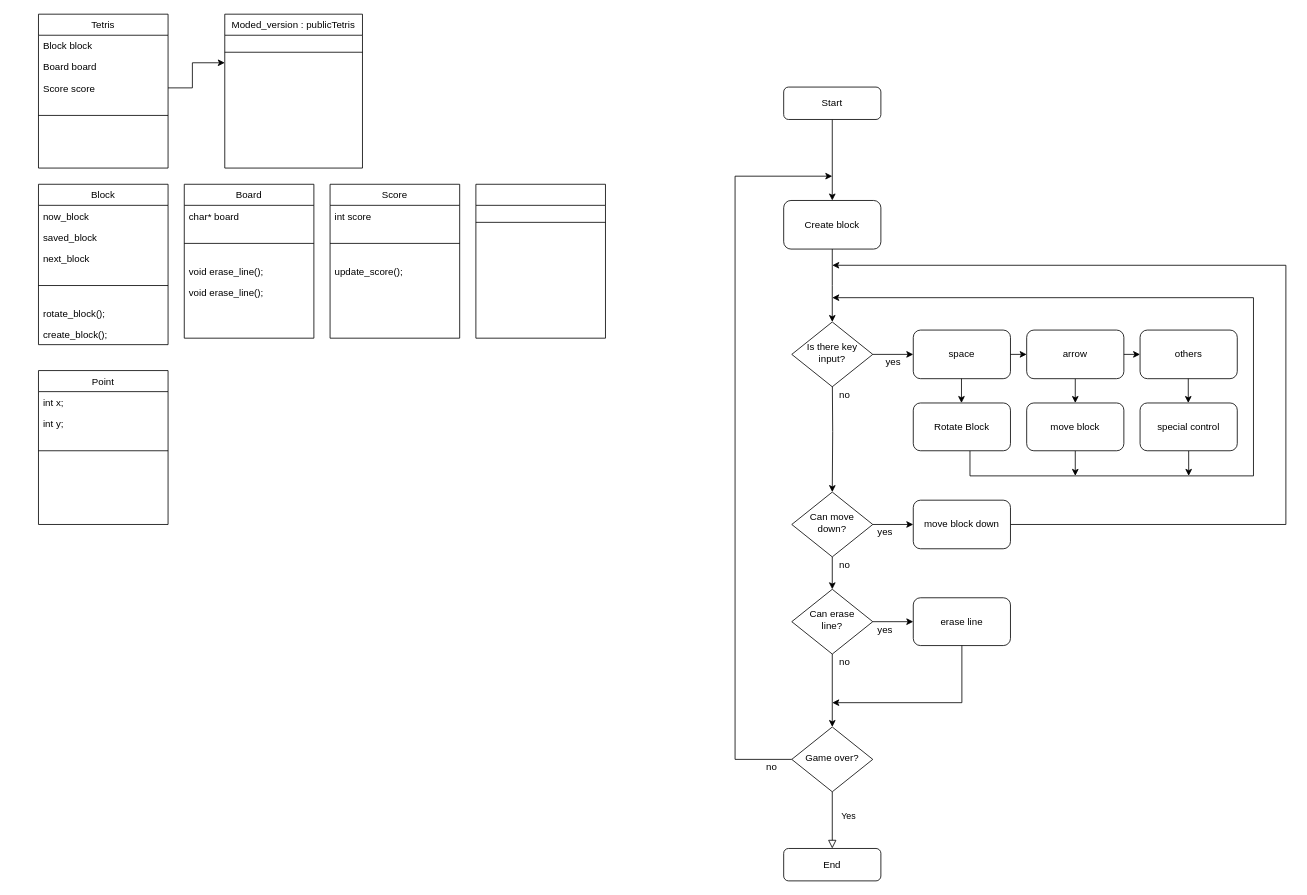
The draw.io diagram Untitled Diagram.drawio in jukdang/C-Programming-and-Practice_063_2101, before the edit. Source tidied: cells renumbered, new cells numbered last; positions are measured from the earlier drawing's top-left corner, leaving out a move shared by most shapes. Both pictures are drawn from the tidied source at 81%, with x=0, y=0 at pixel (38, 14).
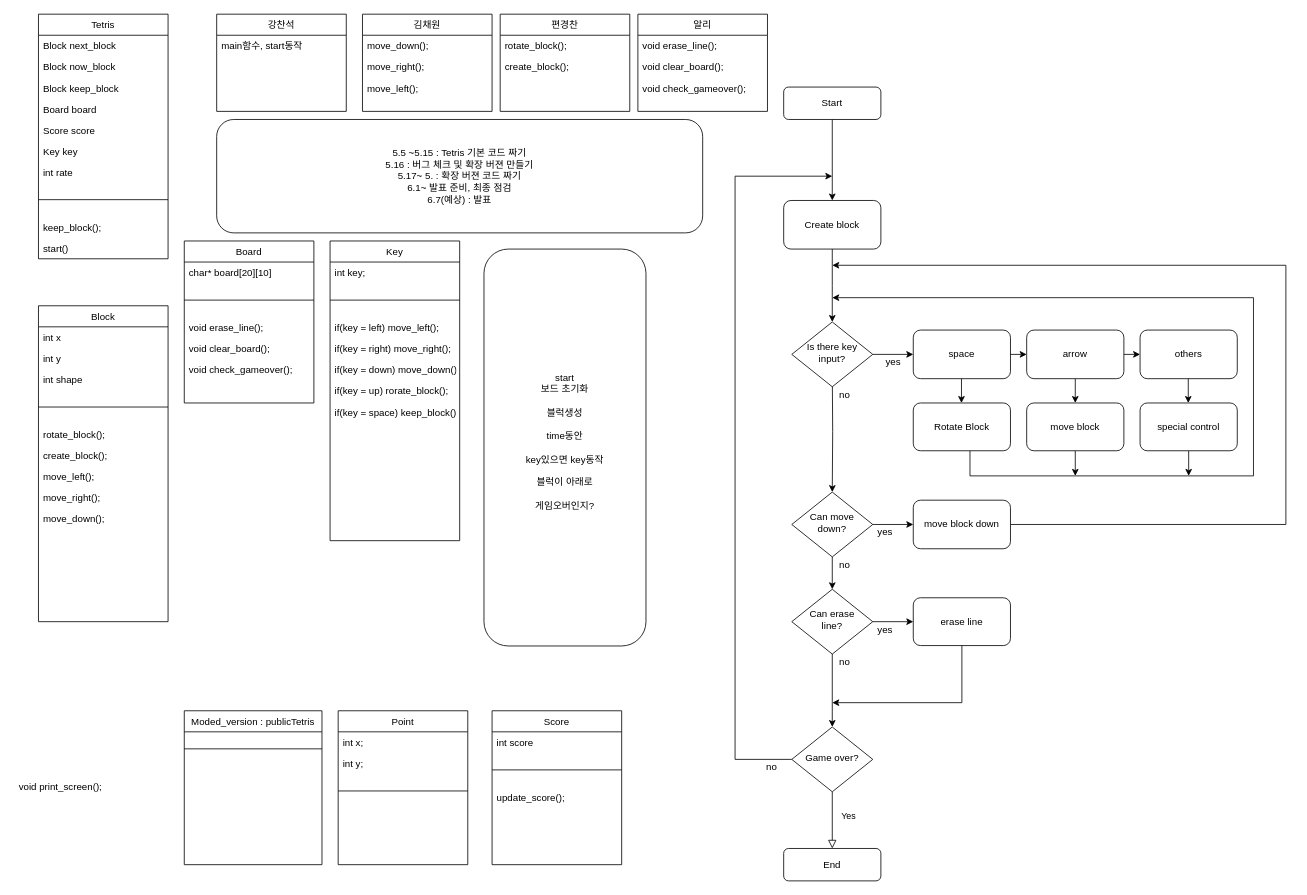
The same page after the edit.

What changed in the source:
```diff
@@
     <mxCell id="44" value="Tetris" style="swimlane;fontStyle=0;align=center;verticalAlign=top;horizontal=1;startSize=26;rounded=0;shadow=0;strokeWidth=1;" parent="1" vertex="1">
-      <mxGeometry width="160" height="190" as="geometry" />
+      <mxGeometry width="160" height="302" as="geometry" />
     </mxCell>
-    <mxCell id="45" value="Block block" style="text;align=left;verticalAlign=top;spacingLeft=4;spacingRight=4;overflow=hidden;" parent="44" vertex="1">
+    <mxCell id="45" value="Block next_block" style="text;align=left;verticalAlign=top;spacingLeft=4;spacingRight=4;overflow=hidden;" parent="44" vertex="1">
       <mxGeometry y="26" width="160" height="26" as="geometry" />
     </mxCell>
+    <mxCell id="74" value="Block now_block" style="text;align=left;verticalAlign=top;spacingLeft=4;spacingRight=4;overflow=hidden;" parent="44" vertex="1">
+      <mxGeometry y="52" width="160" height="26" as="geometry" />
+    </mxCell>
+    <mxCell id="75" value="Block keep_block" style="text;align=left;verticalAlign=top;spacingLeft=4;spacingRight=4;overflow=hidden;" parent="44" vertex="1">
+      <mxGeometry y="78" width="160" height="26" as="geometry" />
+    </mxCell>
     <mxCell id="46" value="Board board&#10;" style="text;align=left;verticalAlign=top;spacingLeft=4;spacingRight=4;overflow=hidden;rounded=0;shadow=0;html=0;" parent="44" vertex="1">
-      <mxGeometry y="52" width="160" height="26" as="geometry" />
+      <mxGeometry y="104" width="160" height="26" as="geometry" />
     </mxCell>
     <mxCell id="47" value="Score score" style="text;align=left;verticalAlign=top;spacingLeft=4;spacingRight=4;overflow=hidden;points=[[0,0.5],[1,0.5]];portConstraint=eastwest;rounded=0;shadow=0;html=0;" parent="44" vertex="1">
-      <mxGeometry y="78" width="160" height="26" as="geometry" />
+      <mxGeometry y="130" width="160" height="26" as="geometry" />
     </mxCell>
+    <mxCell id="76" value="Key key" style="text;align=left;verticalAlign=top;spacingLeft=4;spacingRight=4;overflow=hidden;rounded=0;shadow=0;html=0;" parent="44" vertex="1">
+      <mxGeometry y="156" width="160" height="26" as="geometry" />
+    </mxCell>
+    <mxCell id="77" value="int rate" style="text;align=left;verticalAlign=top;spacingLeft=4;spacingRight=4;overflow=hidden;rounded=0;shadow=0;html=0;" parent="44" vertex="1">
+      <mxGeometry y="182" width="160" height="26" as="geometry" />
+    </mxCell>
     <mxCell id="48" style="line;html=1;strokeWidth=1;align=left;verticalAlign=middle;spacingTop=-1;spacingLeft=3;spacingRight=3;labelPosition=right;" parent="44" vertex="1">
-      <mxGeometry y="104" width="160" height="42" as="geometry" />
+      <mxGeometry y="208" width="160" height="42" as="geometry" />
     </mxCell>
+    <mxCell id="78" value="keep_block();" style="text;align=left;verticalAlign=top;spacingLeft=4;spacingRight=4;overflow=hidden;rounded=0;shadow=0;html=0;strokeColor=none;" parent="44" vertex="1">
+      <mxGeometry y="250" width="160" height="26" as="geometry" />
+    </mxCell>
+    <mxCell id="79" value="start()" style="text;align=left;verticalAlign=top;spacingLeft=4;spacingRight=4;overflow=hidden;rounded=0;shadow=0;html=0;" parent="44" vertex="1">
+      <mxGeometry y="276" width="160" height="26" as="geometry" />
+    </mxCell>
     <mxCell id="49" value="Board" style="swimlane;fontStyle=0;align=center;verticalAlign=top;horizontal=1;startSize=26;rounded=0;shadow=0;strokeWidth=1;" parent="1" vertex="1">
-      <mxGeometry x="180" y="210" width="160" height="190" as="geometry" />
+      <mxGeometry x="180" y="280" width="160" height="200" as="geometry" />
     </mxCell>
-    <mxCell id="50" value="char* board" style="text;align=left;verticalAlign=top;spacingLeft=4;spacingRight=4;overflow=hidden;" parent="49" vertex="1">
+    <mxCell id="50" value="char* board[20][10]" style="text;align=left;verticalAlign=top;spacingLeft=4;spacingRight=4;overflow=hidden;" parent="49" vertex="1">
       <mxGeometry y="26" width="160" height="26" as="geometry" />
     </mxCell>
@@
-    <mxCell id="53" value="void erase_line();" style="text;align=left;verticalAlign=top;spacingLeft=4;spacingRight=4;overflow=hidden;rounded=0;shadow=0;html=0;" parent="49" vertex="1">
+    <mxCell id="53" value="void clear_board();" style="text;align=left;verticalAlign=top;spacingLeft=4;spacingRight=4;overflow=hidden;rounded=0;shadow=0;html=0;" parent="49" vertex="1">
       <mxGeometry y="120" width="160" height="26" as="geometry" />
     </mxCell>
+    <mxCell id="80" value="void check_gameover();" style="text;align=left;verticalAlign=top;spacingLeft=4;spacingRight=4;overflow=hidden;rounded=0;shadow=0;html=0;" parent="49" vertex="1">
+      <mxGeometry y="146" width="160" height="26" as="geometry" />
+    </mxCell>
     <mxCell id="54" value="Block" style="swimlane;fontStyle=0;align=center;verticalAlign=top;horizontal=1;startSize=26;rounded=0;shadow=0;strokeWidth=1;" parent="1" vertex="1">
-      <mxGeometry y="210" width="160" height="198" as="geometry" />
+      <mxGeometry y="360" width="160" height="390" as="geometry" />
     </mxCell>
-    <mxCell id="55" value="now_block" style="text;align=left;verticalAlign=top;spacingLeft=4;spacingRight=4;overflow=hidden;" parent="54" vertex="1">
+    <mxCell id="55" value="int x" style="text;align=left;verticalAlign=top;spacingLeft=4;spacingRight=4;overflow=hidden;" parent="54" vertex="1">
       <mxGeometry y="26" width="160" height="26" as="geometry" />
     </mxCell>
-    <mxCell id="56" value="saved_block" style="text;align=left;verticalAlign=top;spacingLeft=4;spacingRight=4;overflow=hidden;" parent="54" vertex="1">
-      <mxGeometry y="52" width="160" height="26" as="geometry" />
-    </mxCell>
-    <mxCell id="57" value="next_block" style="text;align=left;verticalAlign=top;spacingLeft=4;spacingRight=4;overflow=hidden;" parent="54" vertex="1">
-      <mxGeometry y="78" width="160" height="26" as="geometry" />
-    </mxCell>
+    <mxCell id="81" value="int y" style="text;align=left;verticalAlign=top;spacingLeft=4;spacingRight=4;overflow=hidden;" parent="54" vertex="1">
+      <mxGeometry y="52" width="160" height="26" as="geometry" />
+    </mxCell>
+    <mxCell id="82" value="int shape" style="text;align=left;verticalAlign=top;spacingLeft=4;spacingRight=4;overflow=hidden;" parent="54" vertex="1">
+      <mxGeometry y="78" width="160" height="26" as="geometry" />
+    </mxCell>
@@
-    <mxCell id="60" value="create_block();" style="text;align=left;verticalAlign=top;spacingLeft=4;spacingRight=4;overflow=hidden;rounded=0;shadow=0;html=0;" parent="54" vertex="1">
+    <mxCell id="60" value="create_block();" style="text;align=left;verticalAlign=top;spacingLeft=4;spacingRight=4;overflow=hidden;rounded=0;shadow=0;html=0;strokeColor=none;" parent="54" vertex="1">
       <mxGeometry y="172" width="160" height="26" as="geometry" />
     </mxCell>
+    <mxCell id="83" value="move_left();" style="text;align=left;verticalAlign=top;spacingLeft=4;spacingRight=4;overflow=hidden;rounded=0;shadow=0;html=0;strokeColor=none;" parent="54" vertex="1">
+      <mxGeometry y="198" width="160" height="26" as="geometry" />
+    </mxCell>
+    <mxCell id="84" value="move_right();" style="text;align=left;verticalAlign=top;spacingLeft=4;spacingRight=4;overflow=hidden;rounded=0;shadow=0;html=0;strokeColor=none;" parent="54" vertex="1">
+      <mxGeometry y="224" width="160" height="26" as="geometry" />
+    </mxCell>
+    <mxCell id="85" value="move_down();" style="text;align=left;verticalAlign=top;spacingLeft=4;spacingRight=4;overflow=hidden;rounded=0;shadow=0;html=0;strokeColor=none;" parent="54" vertex="1">
+      <mxGeometry y="250" width="160" height="26" as="geometry" />
+    </mxCell>
     <mxCell id="61" value="Score" style="swimlane;fontStyle=0;align=center;verticalAlign=top;horizontal=1;startSize=26;rounded=0;shadow=0;strokeWidth=1;" parent="1" vertex="1">
-      <mxGeometry x="360" y="210" width="160" height="190" as="geometry" />
+      <mxGeometry x="560" y="860" width="160" height="190" as="geometry" />
     </mxCell>
@@
-    <mxCell id="65" style="swimlane;fontStyle=0;align=center;verticalAlign=top;horizontal=1;startSize=26;rounded=0;shadow=0;strokeWidth=1;" parent="1" vertex="1">
-      <mxGeometry x="540" y="210" width="160" height="190" as="geometry" />
+    <mxCell id="65" value="Key" style="swimlane;fontStyle=0;align=center;verticalAlign=top;horizontal=1;startSize=26;rounded=0;shadow=0;strokeWidth=1;" parent="1" vertex="1">
+      <mxGeometry x="360" y="280" width="160" height="370" as="geometry" />
     </mxCell>
+    <mxCell id="86" value="int key;" style="text;align=left;verticalAlign=top;spacingLeft=4;spacingRight=4;overflow=hidden;" parent="65" vertex="1">
+      <mxGeometry y="26" width="160" height="26" as="geometry" />
+    </mxCell>
     <mxCell id="66" style="line;html=1;strokeWidth=1;align=left;verticalAlign=middle;spacingTop=-1;spacingLeft=3;spacingRight=3;labelPosition=right;" parent="65" vertex="1">
-      <mxGeometry y="26" width="160" height="42" as="geometry" />
+      <mxGeometry y="52" width="160" height="42" as="geometry" />
     </mxCell>
+    <mxCell id="87" value="if(key = left) move_left();" style="text;align=left;verticalAlign=top;spacingLeft=4;spacingRight=4;overflow=hidden;rounded=0;shadow=0;html=0;" parent="65" vertex="1">
+      <mxGeometry y="94" width="160" height="26" as="geometry" />
+    </mxCell>
+    <mxCell id="88" value="if(key = right) move_right();" style="text;align=left;verticalAlign=top;spacingLeft=4;spacingRight=4;overflow=hidden;rounded=0;shadow=0;html=0;" parent="65" vertex="1">
+      <mxGeometry y="120" width="160" height="26" as="geometry" />
+    </mxCell>
+    <mxCell id="89" value="if(key = down) move_down();" style="text;align=left;verticalAlign=top;spacingLeft=4;spacingRight=4;overflow=hidden;rounded=0;shadow=0;html=0;" parent="65" vertex="1">
+      <mxGeometry y="146" width="160" height="26" as="geometry" />
+    </mxCell>
+    <mxCell id="90" value="if(key = up) rorate_block();" style="text;align=left;verticalAlign=top;spacingLeft=4;spacingRight=4;overflow=hidden;rounded=0;shadow=0;html=0;" parent="65" vertex="1">
+      <mxGeometry y="172" width="160" height="26" as="geometry" />
+    </mxCell>
+    <mxCell id="91" value="if(key = space) keep_block();" style="text;align=left;verticalAlign=top;spacingLeft=4;spacingRight=4;overflow=hidden;rounded=0;shadow=0;html=0;" parent="65" vertex="1">
+      <mxGeometry y="198" width="160" height="26" as="geometry" />
+    </mxCell>
     <mxCell id="67" value="Point" style="swimlane;fontStyle=0;align=center;verticalAlign=top;horizontal=1;startSize=26;rounded=0;shadow=0;strokeWidth=1;" parent="1" vertex="1">
-      <mxGeometry y="440" width="160" height="190" as="geometry" />
+      <mxGeometry x="370" y="860" width="160" height="190" as="geometry" />
     </mxCell>
@@
     <mxCell id="71" value="Moded_version : publicTetris" style="swimlane;fontStyle=0;align=center;verticalAlign=top;horizontal=1;startSize=26;rounded=0;shadow=0;strokeWidth=1;" parent="1" vertex="1">
-      <mxGeometry x="230" width="170" height="190" as="geometry" />
+      <mxGeometry x="180" y="860" width="170" height="190" as="geometry" />
     </mxCell>
@@
-    <mxCell id="73" style="edgeStyle=orthogonalEdgeStyle;rounded=0;jettySize=auto;html=1;" parent="1" edge="1" source="47">
-      <mxGeometry relative="1" as="geometry">
-        <mxPoint x="230" y="60" as="targetPoint" />
-        <Array as="points">
-          <mxPoint x="190" y="91" />
-          <mxPoint x="190" y="60" />
-        </Array>
-      </mxGeometry>
-    </mxCell>
+    <mxCell id="92" value="5.5 ~5.15 : Tetris 기본 코드 짜기&lt;br&gt;5.16 : 버그 체크 및 확장 버젼 만들기&lt;br&gt;5.17~ 5. : 확장 버젼 코드 짜기&lt;br&gt;6.1~ 발표 준비, 최종 점검&lt;br&gt;6.7(예상) : 발표" style="rounded=1;whiteSpace=wrap;html=1;" parent="1" vertex="1">
+      <mxGeometry x="220" y="130" width="600" height="140" as="geometry" />
+    </mxCell>
+    <mxCell id="93" value="강찬석" style="swimlane;fontStyle=0;align=center;verticalAlign=top;horizontal=1;startSize=26;rounded=0;shadow=0;strokeWidth=1;" parent="1" vertex="1">
+      <mxGeometry x="220" width="160" height="120" as="geometry" />
+    </mxCell>
+    <mxCell id="94" value="main함수, start동작" style="text;align=left;verticalAlign=top;spacingLeft=4;spacingRight=4;overflow=hidden;" parent="93" vertex="1">
+      <mxGeometry y="26" width="160" height="26" as="geometry" />
+    </mxCell>
+    <mxCell id="95" value="김채원" style="swimlane;fontStyle=0;align=center;verticalAlign=top;horizontal=1;startSize=26;rounded=0;shadow=0;strokeWidth=1;" parent="1" vertex="1">
+      <mxGeometry x="400" width="160" height="120" as="geometry" />
+    </mxCell>
+    <mxCell id="96" value="move_down();" style="text;align=left;verticalAlign=top;spacingLeft=4;spacingRight=4;overflow=hidden;rounded=0;shadow=0;html=0;strokeColor=none;" parent="95" vertex="1">
+      <mxGeometry y="26" width="160" height="26" as="geometry" />
+    </mxCell>
+    <mxCell id="97" value="move_right();" style="text;align=left;verticalAlign=top;spacingLeft=4;spacingRight=4;overflow=hidden;rounded=0;shadow=0;html=0;strokeColor=none;" parent="95" vertex="1">
+      <mxGeometry y="52" width="160" height="26" as="geometry" />
+    </mxCell>
+    <mxCell id="98" value="move_left();" style="text;align=left;verticalAlign=top;spacingLeft=4;spacingRight=4;overflow=hidden;rounded=0;shadow=0;html=0;strokeColor=none;" parent="95" vertex="1">
+      <mxGeometry y="78" width="160" height="26" as="geometry" />
+    </mxCell>
+    <mxCell id="99" value="편경찬" style="swimlane;fontStyle=0;align=center;verticalAlign=top;horizontal=1;startSize=26;rounded=0;shadow=0;strokeWidth=1;" parent="1" vertex="1">
+      <mxGeometry x="570" width="160" height="120" as="geometry" />
+    </mxCell>
+    <mxCell id="100" value="rotate_block();" style="text;align=left;verticalAlign=top;spacingLeft=4;spacingRight=4;overflow=hidden;" parent="99" vertex="1">
+      <mxGeometry y="26" width="160" height="26" as="geometry" />
+    </mxCell>
+    <mxCell id="101" value="create_block();" style="text;align=left;verticalAlign=top;spacingLeft=4;spacingRight=4;overflow=hidden;" parent="99" vertex="1">
+      <mxGeometry y="52" width="160" height="26" as="geometry" />
+    </mxCell>
+    <mxCell id="102" value="알리" style="swimlane;fontStyle=0;align=center;verticalAlign=top;horizontal=1;startSize=26;rounded=0;shadow=0;strokeWidth=1;" parent="1" vertex="1">
+      <mxGeometry x="740" width="160" height="120" as="geometry" />
+    </mxCell>
+    <mxCell id="103" value="void erase_line();" style="text;align=left;verticalAlign=top;spacingLeft=4;spacingRight=4;overflow=hidden;rounded=0;shadow=0;html=0;" parent="102" vertex="1">
+      <mxGeometry y="26" width="160" height="26" as="geometry" />
+    </mxCell>
+    <mxCell id="104" value="void clear_board();" style="text;align=left;verticalAlign=top;spacingLeft=4;spacingRight=4;overflow=hidden;rounded=0;shadow=0;html=0;" parent="102" vertex="1">
+      <mxGeometry y="52" width="160" height="26" as="geometry" />
+    </mxCell>
+    <mxCell id="105" value="void check_gameover();" style="text;align=left;verticalAlign=top;spacingLeft=4;spacingRight=4;overflow=hidden;rounded=0;shadow=0;html=0;" parent="102" vertex="1">
+      <mxGeometry y="78" width="160" height="26" as="geometry" />
+    </mxCell>
+    <mxCell id="106" value="void print_screen();" style="text;align=left;verticalAlign=top;spacingLeft=4;spacingRight=4;overflow=hidden;rounded=0;shadow=0;html=0;" parent="1" vertex="1">
+      <mxGeometry x="-30" y="940" width="160" height="26" as="geometry" />
+    </mxCell>
+    <mxCell id="107" value="start&lt;br&gt;보드 초기화&lt;br&gt;&lt;br&gt;블럭생성&lt;br&gt;&lt;br&gt;time동안&lt;br&gt;&lt;br&gt;key있으면 key동작&lt;br&gt;&lt;br&gt;블럭이 아래로&lt;br&gt;&lt;br&gt;게임오버인지?&lt;br&gt;&lt;br&gt;" style="rounded=1;whiteSpace=wrap;html=1;" parent="1" vertex="1">
+      <mxGeometry x="550" y="290" width="200" height="490" as="geometry" />
+    </mxCell>
```
